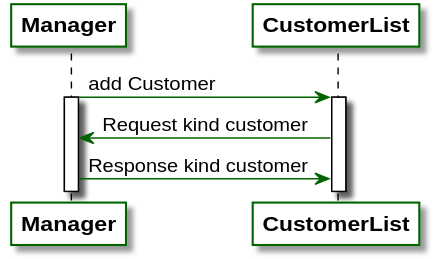
Above: src/main/asciidoc/models/analysis/SequenceDiagrams/SequenceDiagram3.svg in LimitlessGreen/swt18w43 (PlantUML), before the change. Source of this version:
```plantuml
@startuml

skinparam linetype ortho
hide circle

skinparam participant{
    BorderColor darkgreen
    BackgroundColor white
    FontStyle bold
}

skinparam arrow{
    Color darkgreen
}

skinparam sequence{
    LifeLineBorderColor black
}

Manager -> CustomerList: add Customer
activate Manager
activate CustomerList
Manager <- CustomerList: Request kind customer
Manager -> CustomerList: Response kind customer


@enduml
```
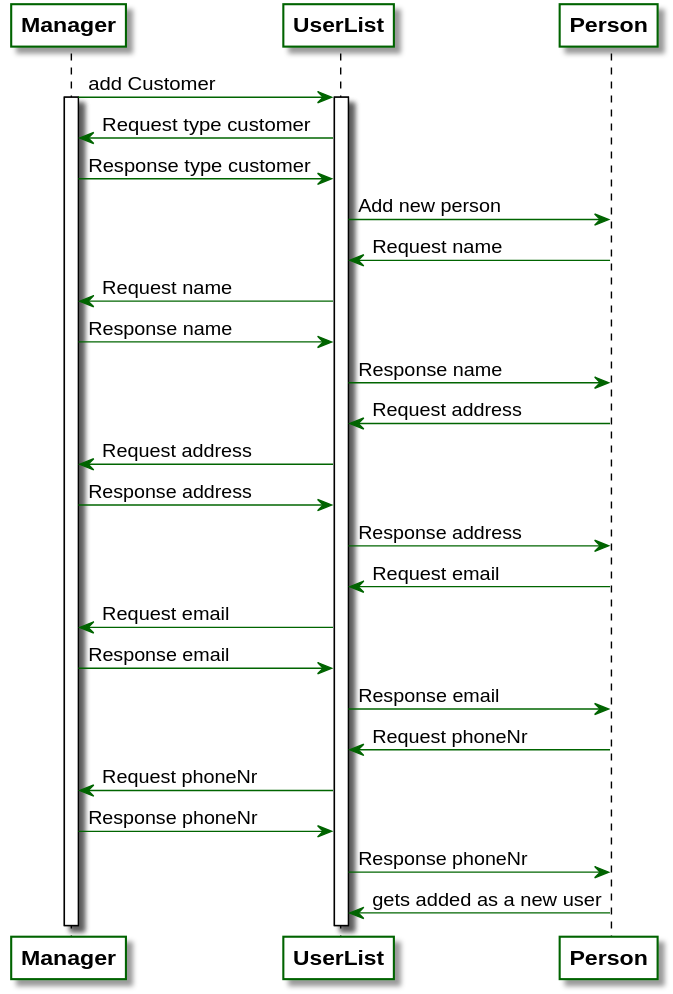
The same diagram one commit later.

Commit message:
[improved] Sequenzdiagram3 for major customer

Change to the diagram source:
```diff
@@ -17,11 +17,28 @@
     LifeLineBorderColor black
 }
 
-Manager -> CustomerList: add Customer
+Manager -> UserList: add Customer
 activate Manager
-activate CustomerList
-Manager <- CustomerList: Request kind customer
-Manager -> CustomerList: Response kind customer
-
+activate UserList
+Manager <- UserList: Request type customer
+Manager -> UserList: Response type customer
+UserList -> Person: Add new person
+Person -> UserList: Request name
+UserList -> Manager: Request name
+UserList <- Manager: Response name
+UserList -> Person: Response name
+Person -> UserList: Request address
+UserList -> Manager: Request address
+UserList <- Manager: Response address
+UserList -> Person: Response address
+Person -> UserList: Request email
+UserList -> Manager: Request email
+UserList <- Manager: Response email
+UserList -> Person: Response email
+Person -> UserList: Request phoneNr
+UserList -> Manager: Request phoneNr
+UserList <- Manager: Response phoneNr
+UserList -> Person: Response phoneNr
+Person -> UserList: gets added as a new user
 
 @enduml
```
